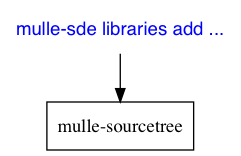
The Graphviz diagram dox/mulle-sde-library.png in mulle-sde/mulle-sde, before a commit. Its source is kept beside it as dox/mulle-sde-library.dot. The source it was exported from:
```dot
digraph G {
    graph [rankdir = TD];

    node[shape=record];

    "mulle-sde libraries"  [ label="mulle-sde libraries add ...", shape="none", fontname="monospace", fontcolor="blue"]

    "mulle-sde libraries"  -> "mulle-sourcetree"
}
```
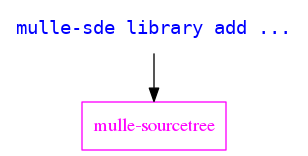
Later version of the same file.

Change to the diagram source:
```diff
@@ -3,7 +3,10 @@
 
     node[shape=record];
 
-    "mulle-sde libraries"  [ label="mulle-sde libraries add ...", shape="none", fontname="monospace", fontcolor="blue"]
+    "mulle-sde library"  [ label="mulle-sde library add ...", shape="none", fontname="monospace", fontcolor="blue"]
 
-    "mulle-sde libraries"  -> "mulle-sourcetree"
+    "mulle-sde library"  -> "mulle-sourcetree"
+
+    "mulle-sourcetree"      [ color="magenta", fontcolor="magenta"]
+
 }
```
